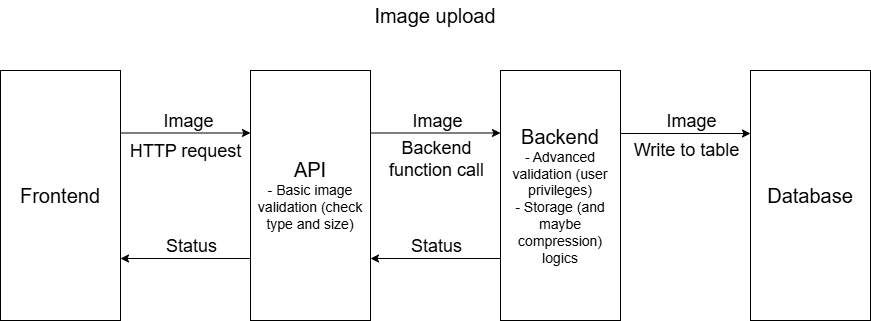
The draw.io diagram docs/image_upload_flow.png in lmcosta10/labeling_system, before a commit. Source tidied: cells renumbered, new cells last; positions are measured from the earlier drawing's top-left corner, leaving out a move shared by most shapes. Source of this version:
```xml
<mxGraphModel>
  <root>
    <mxCell id="0" />
    <mxCell id="1" parent="0" />
    <mxCell id="2" style="edgeStyle=orthogonalEdgeStyle;rounded=0;jettySize=auto;html=1;exitX=1;exitY=0.25;exitDx=0;exitDy=0;entryX=0;entryY=0.25;entryDx=0;entryDy=0;" parent="1" edge="1" source="4" target="6">
      <mxGeometry relative="1" as="geometry" />
    </mxCell>
    <mxCell id="3" value="&lt;font style=&quot;font-size: 18px;&quot;&gt;Image&lt;/font&gt;" style="edgeLabel;html=1;align=center;verticalAlign=middle;" parent="2" vertex="1">
      <mxGeometry x="0.14" y="-3" relative="1" as="geometry">
        <mxPoint x="-7" y="-15" as="offset" />
      </mxGeometry>
    </mxCell>
    <mxCell id="4" value="&lt;font style=&quot;font-size: 20px;&quot;&gt;Frontend&lt;/font&gt;" style="rounded=0;whiteSpace=wrap;html=1;" parent="1" vertex="1">
      <mxGeometry y="70" width="120" height="250" as="geometry" />
    </mxCell>
    <mxCell id="5" style="edgeStyle=orthogonalEdgeStyle;rounded=0;jettySize=auto;html=1;exitX=1;exitY=0.25;exitDx=0;exitDy=0;entryX=0;entryY=0.25;entryDx=0;entryDy=0;" parent="1" edge="1" source="6" target="7">
      <mxGeometry relative="1" as="geometry" />
    </mxCell>
    <mxCell id="6" value="&lt;font style=&quot;font-size: 20px;&quot;&gt;API&lt;/font&gt;&lt;div&gt;&lt;font style=&quot;font-size: 14px;&quot;&gt;- Basic image validation (check type and size)&lt;/font&gt;&lt;/div&gt;" style="rounded=0;whiteSpace=wrap;html=1;" parent="1" vertex="1">
      <mxGeometry x="250" y="70" width="120" height="250" as="geometry" />
    </mxCell>
    <mxCell id="7" value="&lt;font style=&quot;font-size: 20px;&quot;&gt;Backend&lt;/font&gt;&lt;div&gt;&lt;font style=&quot;font-size: 14px; background-color: rgb(255, 255, 255);&quot;&gt;- Advanced validation (user privileges)&lt;/font&gt;&lt;/div&gt;&lt;div&gt;&lt;font style=&quot;font-size: 14px; background-color: rgb(255, 255, 255);&quot;&gt;- Storage (and maybe compression) logics&lt;/font&gt;&lt;/div&gt;" style="rounded=0;whiteSpace=wrap;html=1;" parent="1" vertex="1">
      <mxGeometry x="500" y="70" width="120" height="250" as="geometry" />
    </mxCell>
    <mxCell id="8" value="&lt;font style=&quot;font-size: 18px;&quot;&gt;Image&lt;/font&gt;" style="edgeLabel;html=1;align=center;verticalAlign=middle;" parent="1" vertex="1">
      <mxGeometry x="436" y="120" as="geometry" />
    </mxCell>
    <mxCell id="9" value="&lt;font style=&quot;font-size: 20px;&quot;&gt;Image upload&lt;/font&gt;" style="text;html=1;whiteSpace=wrap;strokeColor=none;fillColor=none;align=center;verticalAlign=middle;rounded=0;" parent="1" vertex="1">
      <mxGeometry width="870" height="30" as="geometry" />
    </mxCell>
    <mxCell id="10" value="&lt;span style=&quot;font-size: 20px;&quot;&gt;Database&lt;/span&gt;" style="rounded=0;whiteSpace=wrap;html=1;" parent="1" vertex="1">
      <mxGeometry x="750" y="70" width="120" height="250" as="geometry" />
    </mxCell>
    <mxCell id="11" style="edgeStyle=orthogonalEdgeStyle;rounded=0;orthogonalLoop=1;jettySize=auto;html=1;exitX=1;exitY=0.25;exitDx=0;exitDy=0;entryX=0;entryY=0.25;entryDx=0;entryDy=0;" parent="1" edge="1">
      <mxGeometry relative="1" as="geometry">
        <mxPoint x="620" y="133" as="sourcePoint" />
        <mxPoint x="750" y="133" as="targetPoint" />
      </mxGeometry>
    </mxCell>
    <mxCell id="12" value="&lt;font style=&quot;font-size: 18px;&quot;&gt;Image&lt;/font&gt;" style="edgeLabel;html=1;align=center;verticalAlign=middle;" parent="1" vertex="1">
      <mxGeometry x="690" y="120" as="geometry" />
    </mxCell>
    <mxCell id="13" style="edgeStyle=orthogonalEdgeStyle;rounded=0;orthogonalLoop=1;jettySize=auto;html=1;exitX=0;exitY=0.75;exitDx=0;exitDy=0;entryX=1;entryY=0.75;entryDx=0;entryDy=0;" parent="1" edge="1">
      <mxGeometry relative="1" as="geometry">
        <mxPoint x="250" y="258" as="sourcePoint" />
        <mxPoint x="120" y="258" as="targetPoint" />
      </mxGeometry>
    </mxCell>
    <mxCell id="14" style="edgeStyle=orthogonalEdgeStyle;rounded=0;orthogonalLoop=1;jettySize=auto;html=1;exitX=0;exitY=0.75;exitDx=0;exitDy=0;entryX=1;entryY=0.75;entryDx=0;entryDy=0;" parent="1" edge="1">
      <mxGeometry relative="1" as="geometry">
        <mxPoint x="500" y="258" as="sourcePoint" />
        <mxPoint x="370" y="258" as="targetPoint" />
      </mxGeometry>
    </mxCell>
    <mxCell id="15" value="&lt;font style=&quot;font-size: 18px;&quot;&gt;Status&lt;/font&gt;" style="edgeLabel;html=1;align=center;verticalAlign=middle;" parent="1" vertex="1">
      <mxGeometry x="430" y="245" as="geometry">
        <mxPoint x="5" as="offset" />
      </mxGeometry>
    </mxCell>
    <mxCell id="16" value="&lt;font style=&quot;font-size: 18px;&quot;&gt;Status&lt;/font&gt;" style="edgeLabel;html=1;align=center;verticalAlign=middle;" parent="1" vertex="1">
      <mxGeometry x="190" y="245" as="geometry" />
    </mxCell>
    <mxCell id="17" value="&lt;font style=&quot;font-size: 18px;&quot;&gt;HTTP request&lt;/font&gt;" style="edgeLabel;html=1;align=center;verticalAlign=middle;" parent="1" vertex="1">
      <mxGeometry x="184" y="150" as="geometry" />
    </mxCell>
    <mxCell id="18" value="&lt;font style=&quot;font-size: 18px;&quot;&gt;Backend&lt;/font&gt;&lt;div&gt;&lt;font style=&quot;font-size: 18px;&quot;&gt;function call&lt;/font&gt;&lt;/div&gt;" style="edgeLabel;html=1;align=center;verticalAlign=middle;" parent="1" vertex="1">
      <mxGeometry x="435" y="158" as="geometry" />
    </mxCell>
    <mxCell id="19" value="&lt;span style=&quot;font-size: 18px;&quot;&gt;Write to table&lt;/span&gt;" style="edgeLabel;html=1;align=center;verticalAlign=middle;" parent="1" vertex="1">
      <mxGeometry x="685" y="149" as="geometry" />
    </mxCell>
  </root>
</mxGraphModel>
```
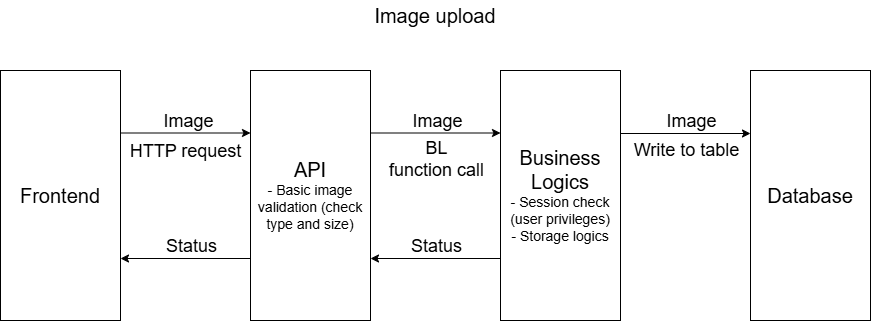
After the commit.

Commit message:
docs: update flows and backend

Change to the diagram source:
```diff
@@ -19,7 +19,7 @@
     <mxCell id="6" value="&lt;font style=&quot;font-size: 20px;&quot;&gt;API&lt;/font&gt;&lt;div&gt;&lt;font style=&quot;font-size: 14px;&quot;&gt;- Basic image validation (check type and size)&lt;/font&gt;&lt;/div&gt;" style="rounded=0;whiteSpace=wrap;html=1;" parent="1" vertex="1">
       <mxGeometry x="250" y="70" width="120" height="250" as="geometry" />
     </mxCell>
-    <mxCell id="7" value="&lt;font style=&quot;font-size: 20px;&quot;&gt;Backend&lt;/font&gt;&lt;div&gt;&lt;font style=&quot;font-size: 14px; background-color: rgb(255, 255, 255);&quot;&gt;- Advanced validation (user privileges)&lt;/font&gt;&lt;/div&gt;&lt;div&gt;&lt;font style=&quot;font-size: 14px; background-color: rgb(255, 255, 255);&quot;&gt;- Storage (and maybe compression) logics&lt;/font&gt;&lt;/div&gt;" style="rounded=0;whiteSpace=wrap;html=1;" parent="1" vertex="1">
+    <mxCell id="7" value="&lt;font style=&quot;font-size: 20px;&quot;&gt;Business Logics&lt;/font&gt;&lt;div&gt;&lt;font style=&quot;font-size: 14px; background-color: rgb(255, 255, 255);&quot;&gt;- Session check (u&lt;/font&gt;&lt;span style=&quot;background-color: rgb(255, 255, 255); font-size: 14px; color: light-dark(rgb(0, 0, 0), rgb(255, 255, 255));&quot;&gt;ser privileges)&lt;/span&gt;&lt;/div&gt;&lt;div&gt;&lt;font style=&quot;font-size: 14px; background-color: rgb(255, 255, 255);&quot;&gt;- Storage logics&lt;/font&gt;&lt;/div&gt;" style="rounded=0;whiteSpace=wrap;html=1;" parent="1" vertex="1">
       <mxGeometry x="500" y="70" width="120" height="250" as="geometry" />
     </mxCell>
     <mxCell id="8" value="&lt;font style=&quot;font-size: 18px;&quot;&gt;Image&lt;/font&gt;" style="edgeLabel;html=1;align=center;verticalAlign=middle;" parent="1" vertex="1">
@@ -63,7 +63,7 @@
     <mxCell id="17" value="&lt;font style=&quot;font-size: 18px;&quot;&gt;HTTP request&lt;/font&gt;" style="edgeLabel;html=1;align=center;verticalAlign=middle;" parent="1" vertex="1">
       <mxGeometry x="184" y="150" as="geometry" />
     </mxCell>
-    <mxCell id="18" value="&lt;font style=&quot;font-size: 18px;&quot;&gt;Backend&lt;/font&gt;&lt;div&gt;&lt;font style=&quot;font-size: 18px;&quot;&gt;function call&lt;/font&gt;&lt;/div&gt;" style="edgeLabel;html=1;align=center;verticalAlign=middle;" parent="1" vertex="1">
+    <mxCell id="18" value="&lt;font style=&quot;font-size: 18px;&quot;&gt;BL&lt;/font&gt;&lt;div&gt;&lt;font style=&quot;font-size: 18px;&quot;&gt;function call&lt;/font&gt;&lt;/div&gt;" style="edgeLabel;html=1;align=center;verticalAlign=middle;" parent="1" vertex="1">
       <mxGeometry x="435" y="158" as="geometry" />
     </mxCell>
     <mxCell id="19" value="&lt;span style=&quot;font-size: 18px;&quot;&gt;Write to table&lt;/span&gt;" style="edgeLabel;html=1;align=center;verticalAlign=middle;" parent="1" vertex="1">
```
